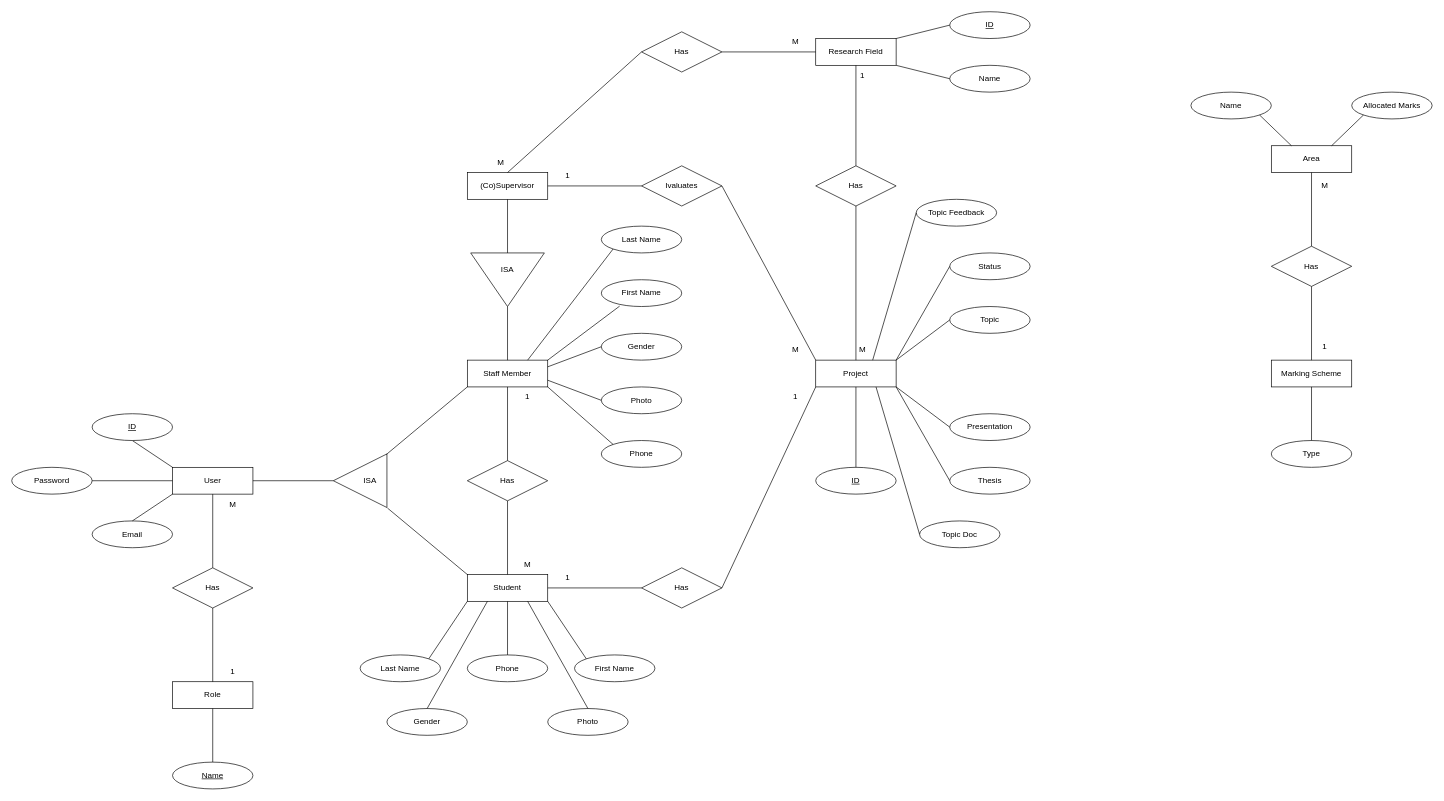
The draw.io diagram docs/ER.drawio in LassazVegaz/RPMT, before the edit. Source tidied: cells renumbered, new cells numbered last; positions are measured from the earlier drawing's top-left corner, leaving out a move shared by most shapes. Both pictures are drawn from the tidied source at 67%, with x=0, y=0 at pixel (11, 11).
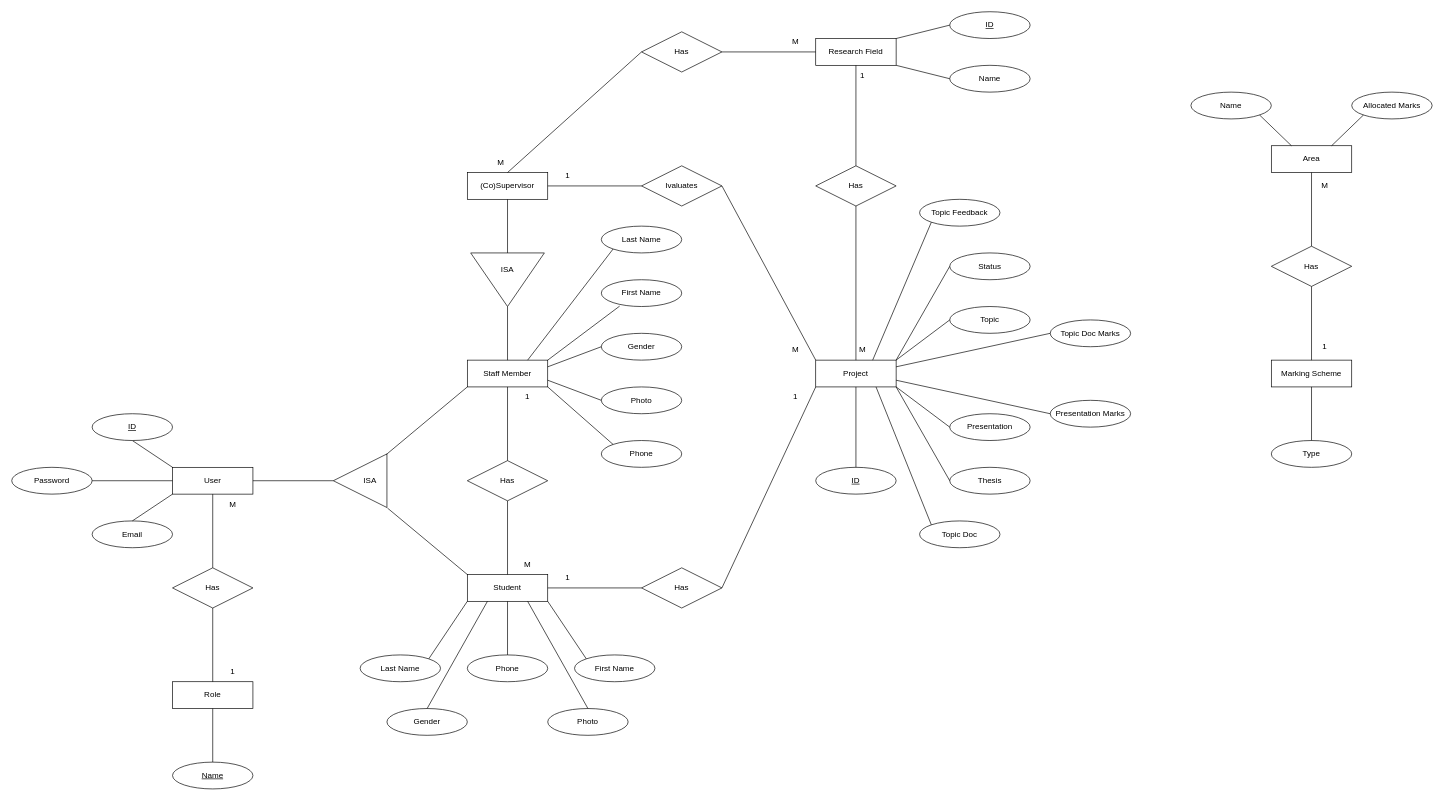
After the change.

Unchanged cells that the change refers to:
```xml
<mxCell id="32" value="Project" style="whiteSpace=wrap;html=1;align=center;" parent="1" vertex="1">
  <mxGeometry x="1200" y="520" width="120" height="40" as="geometry" />
</mxCell>
<mxCell id="44" value="Topic Doc" style="ellipse;whiteSpace=wrap;html=1;align=center;" parent="1" vertex="1">
  <mxGeometry x="1355" y="760" width="120" height="40" as="geometry" />
</mxCell>
<mxCell id="57" value="M" style="text;html=1;strokeColor=none;fillColor=none;align=center;verticalAlign=middle;whiteSpace=wrap;rounded=0;" parent="1" vertex="1">
  <mxGeometry x="1240" y="490" width="60" height="30" as="geometry" />
</mxCell>
```

The edit, as a diff of the source:
```diff
@@
-    <mxCell id="50" style="endArrow=none;html=1;rounded=0;exitX=0.75;exitY=1;exitDx=0;exitDy=0;entryX=0;entryY=0.5;entryDx=0;entryDy=0;" parent="1" edge="1" source="32" target="44">
+    <mxCell id="50" style="endArrow=none;html=1;rounded=0;exitX=0.75;exitY=1;exitDx=0;exitDy=0;entryX=0;entryY=0;entryDx=0;entryDy=0;" parent="1" edge="1" source="32" target="44">
       <mxGeometry relative="1" as="geometry" />
     </mxCell>
@@
     <mxCell id="92" value="Topic Feedback" style="ellipse;whiteSpace=wrap;html=1;align=center;" parent="1" vertex="1">
-      <mxGeometry x="1350" y="280" width="120" height="40" as="geometry" />
+      <mxGeometry x="1355" y="280" width="120" height="40" as="geometry" />
     </mxCell>
-    <mxCell id="93" style="endArrow=none;html=1;rounded=0;entryX=0;entryY=0.5;entryDx=0;entryDy=0;exitX=0.75;exitY=1;exitDx=0;exitDy=0;" parent="1" edge="1" source="57" target="92">
+    <mxCell id="93" style="endArrow=none;html=1;rounded=0;entryX=0;entryY=1;entryDx=0;entryDy=0;exitX=0.75;exitY=1;exitDx=0;exitDy=0;" parent="1" edge="1" source="57" target="92">
       <mxGeometry relative="1" as="geometry" />
     </mxCell>
@@
+    <mxCell id="107" value="Presentation Marks" style="ellipse;whiteSpace=wrap;html=1;align=center;" parent="1" vertex="1">
+      <mxGeometry x="1550" y="580" width="120" height="40" as="geometry" />
+    </mxCell>
+    <mxCell id="108" value="Topic Doc Marks" style="ellipse;whiteSpace=wrap;html=1;align=center;" parent="1" vertex="1">
+      <mxGeometry x="1550" y="460" width="120" height="40" as="geometry" />
+    </mxCell>
+    <mxCell id="109" style="endArrow=none;html=1;rounded=0;exitX=1;exitY=0.75;exitDx=0;exitDy=0;entryX=0;entryY=0.5;entryDx=0;entryDy=0;" parent="1" edge="1" source="32" target="107">
+      <mxGeometry relative="1" as="geometry" />
+    </mxCell>
+    <mxCell id="110" style="endArrow=none;html=1;rounded=0;exitX=1;exitY=0.25;exitDx=0;exitDy=0;entryX=0;entryY=0.5;entryDx=0;entryDy=0;" parent="1" edge="1" source="32" target="108">
+      <mxGeometry relative="1" as="geometry" />
+    </mxCell>
```
